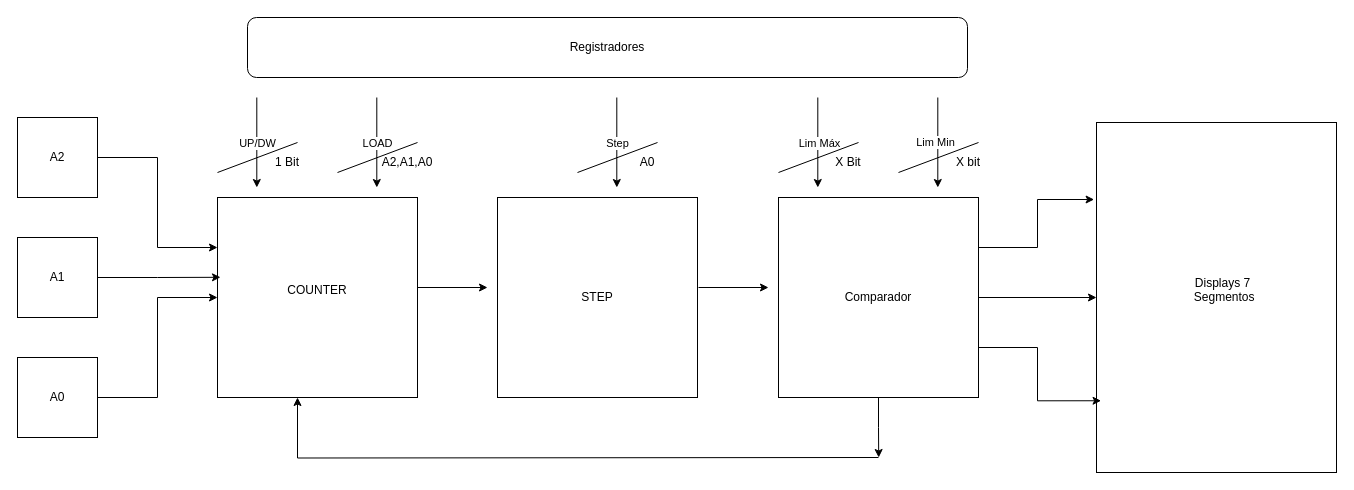
Above: Diagrama sem nome.drawio in AndreiR41/Program-o-Avan-ada-UFRN (draw.io), before the change. Source tidied: cells renumbered, new cells numbered last; positions are measured from the earlier drawing's top-left corner, leaving out a move shared by most shapes. Both pictures are drawn from the tidied source at 100%, with x=0, y=0 at pixel (17, 17).
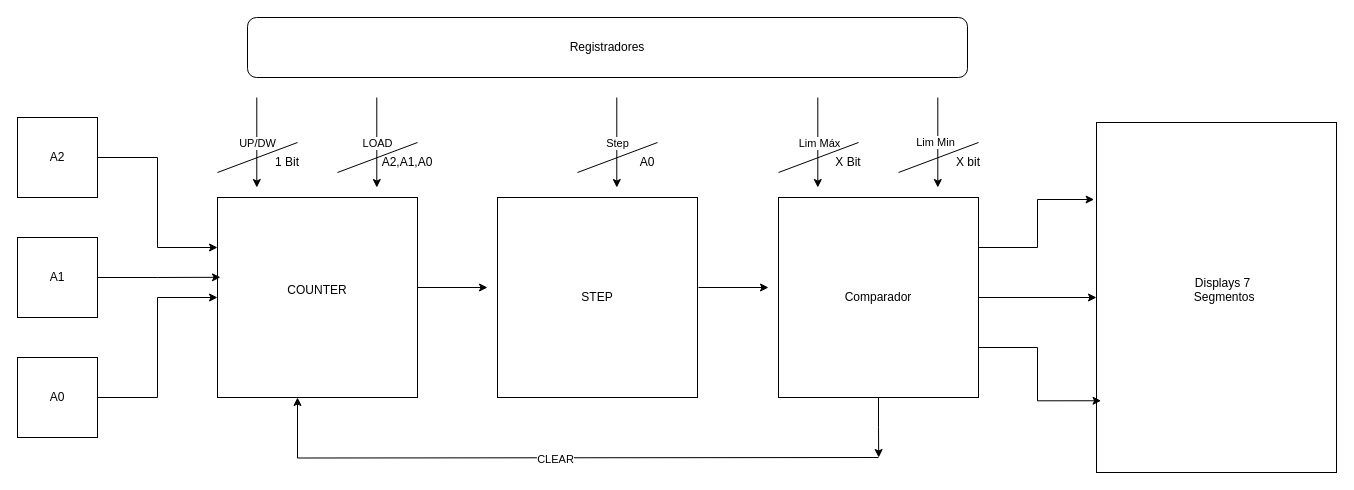
The same diagram, later.

Unchanged cells that the change refers to:
```xml
<mxCell id="37" style="edgeStyle=orthogonalEdgeStyle;rounded=0;jettySize=auto;html=1;exitX=0.5;exitY=1;exitDx=0;exitDy=0;entryX=0.4;entryY=1;entryDx=0;entryDy=0;entryPerimeter=0;" parent="1" edge="1" target="7">
  <mxGeometry relative="1" as="geometry">
    <mxPoint x="861" y="440" as="sourcePoint" />
  </mxGeometry>
</mxCell>
```

Change to the diagram source:
```diff
@@
+    <mxCell id="41" value="CLEAR" style="edgeLabel;html=1;align=center;verticalAlign=middle;" parent="37" vertex="1">
+      <mxGeometry x="0.01" y="1" relative="1" as="geometry" />
+    </mxCell>
```
